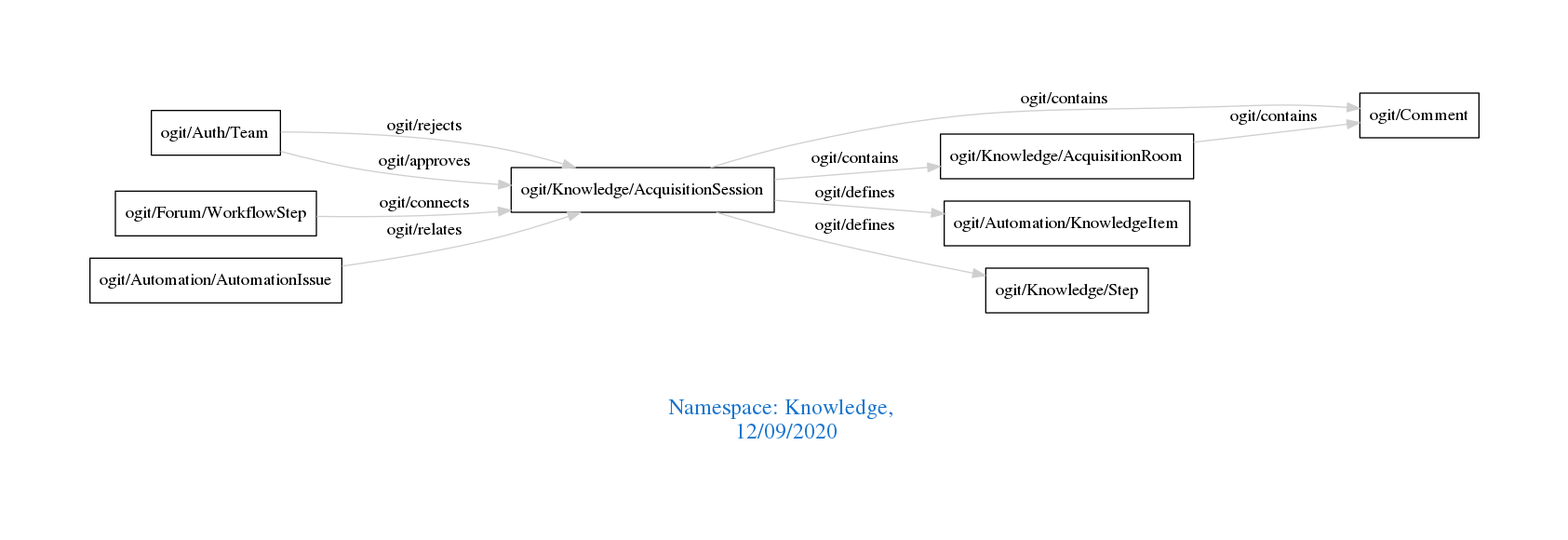
Earlier version of the Graphviz export downloads/Knowledge.png (arago/OGIT). Its source is kept beside it as downloads/Knowledge.dot.
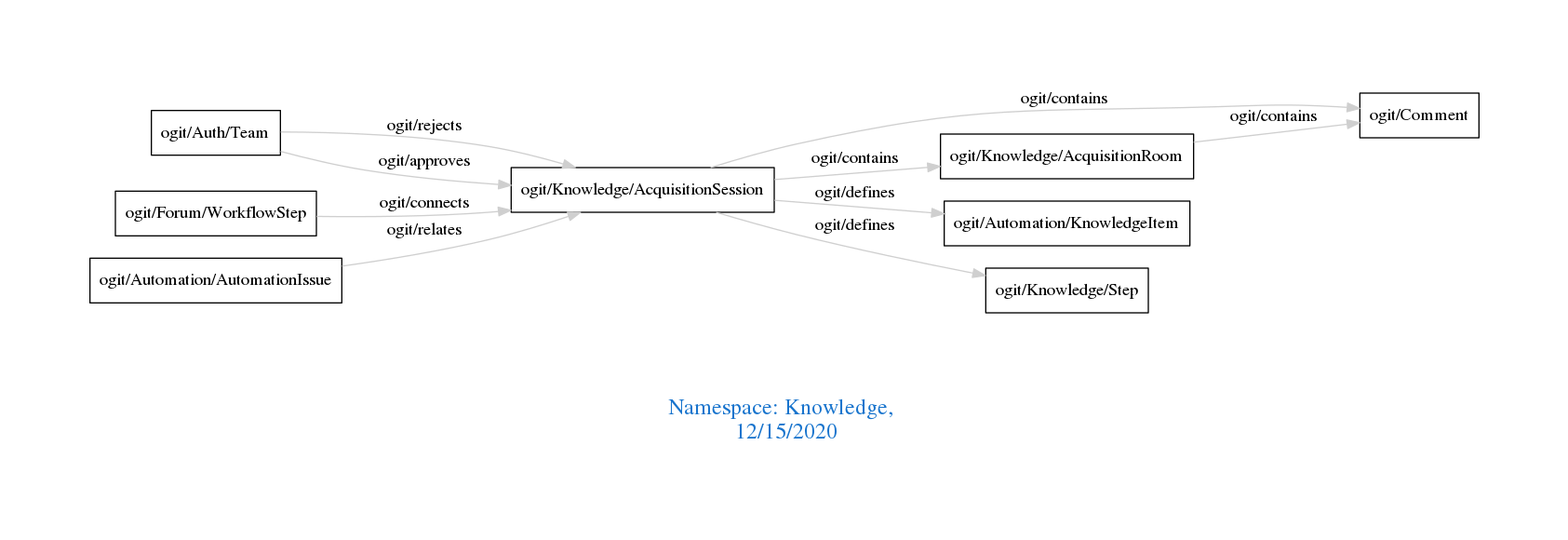
After the commit.

What changed in the source:
```diff
@@ -1,7 +1,7 @@
 digraph OGIT_ontology {
  graph [ rankdir= LR,pad=1
 fontsize = 18,
-fontcolor= dodgerblue3,label = "\n\n\nNamespace: Knowledge, \n 12/09/2020"];
+fontcolor= dodgerblue3,label = "\n\n\nNamespace: Knowledge, \n 12/15/2020"];
 node[shape=polygon];
 edge [  color="gray81"];
 
```
